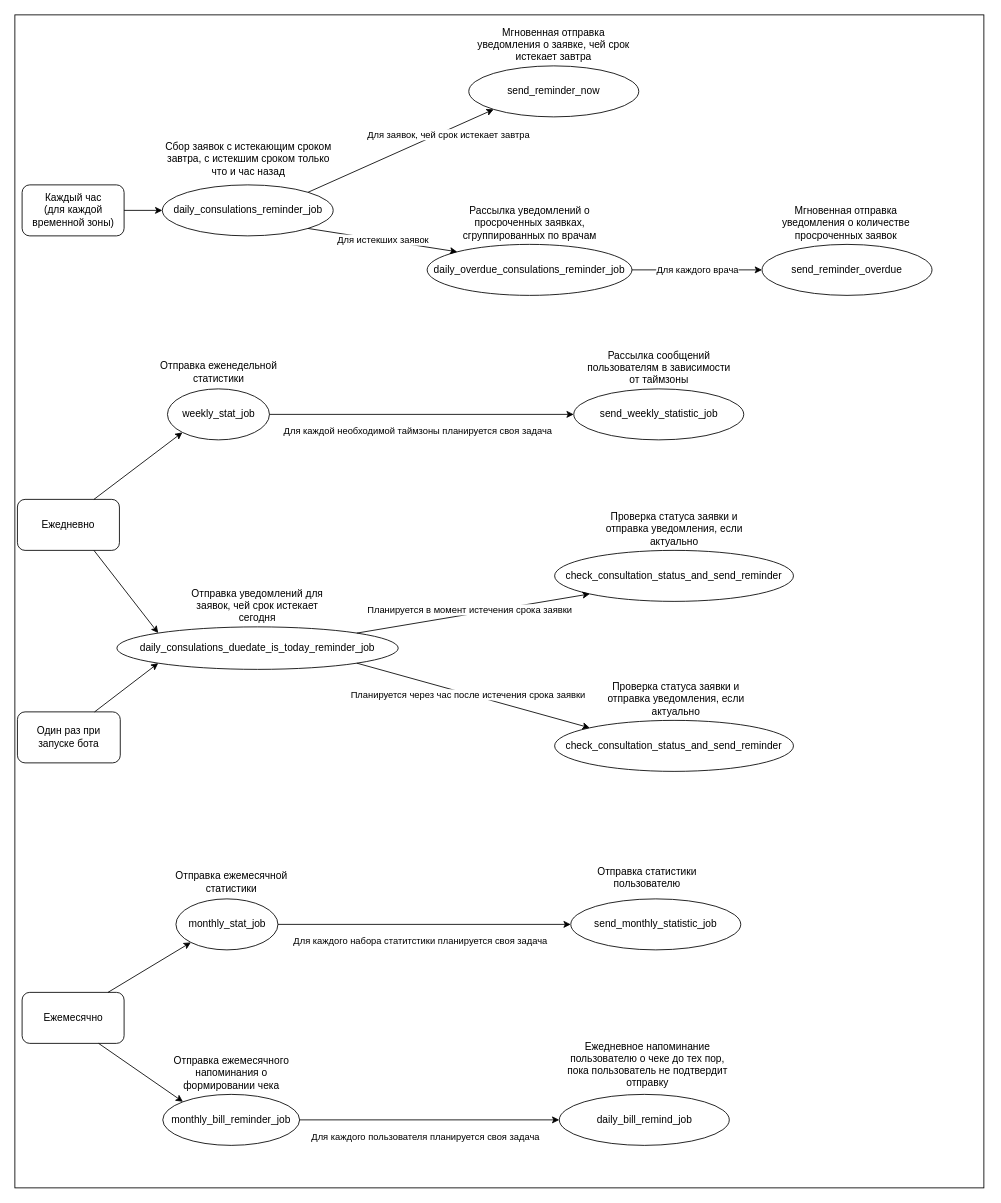
Above: docs/jobs_visualization.drawio in Studio-Yandex-Practicum/ask_nenaprasno_bot (draw.io), before the change. Source tidied: cells renumbered, new cells numbered last; positions are measured from the earlier drawing's top-left corner, leaving out a move shared by most shapes. Both pictures are drawn from the tidied source at 85%, with x=0, y=0 at pixel (14, 14).
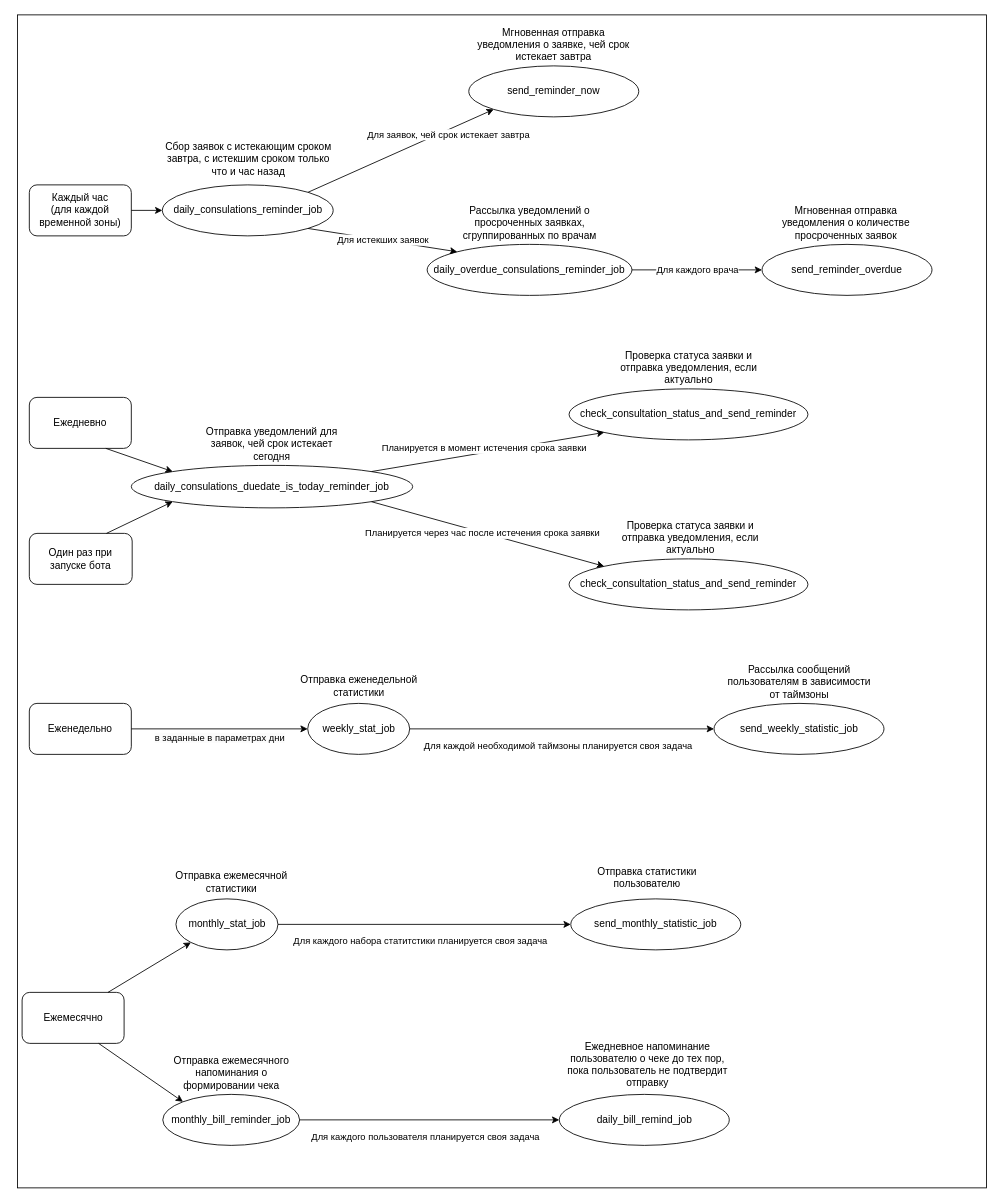
The same page after the edit.

What changed in the source:
```diff
@@
     <mxCell id="2" style="rounded=0;whiteSpace=wrap;html=1;" parent="1" vertex="1">
-      <mxGeometry width="1140" height="1380" as="geometry" />
+      <mxGeometry x="3" width="1140" height="1380" as="geometry" />
     </mxCell>
     <mxCell id="3" value="Ежедневно" style="rounded=1;whiteSpace=wrap;html=1;" parent="1" vertex="1">
-      <mxGeometry x="3" y="570" width="120" height="60" as="geometry" />
+      <mxGeometry x="17" y="450" width="120" height="60" as="geometry" />
     </mxCell>
     <mxCell id="4" value="weekly_stat_job" style="ellipse;whiteSpace=wrap;html=1;" parent="1" vertex="1">
-      <mxGeometry x="179.5" y="440" width="120" height="60" as="geometry" />
+      <mxGeometry x="344.5" y="810" width="120" height="60" as="geometry" />
     </mxCell>
     <mxCell id="5" value="send_weekly_statistic_job" style="ellipse;whiteSpace=wrap;html=1;" parent="1" vertex="1">
-      <mxGeometry x="657.5" y="440" width="200" height="60" as="geometry" />
+      <mxGeometry x="822.5" y="810" width="200" height="60" as="geometry" />
     </mxCell>
@@
-    <mxCell id="7" style="endArrow=classic;html=1;rounded=0;exitX=0.75;exitY=0;exitDx=0;exitDy=0;entryX=0;entryY=1;entryDx=0;entryDy=0;" parent="1" edge="1" source="3" target="4">
-      <mxGeometry relative="1" as="geometry" />
-    </mxCell>
     <mxCell id="8" value="Отправка еженедельной статистики" style="text;html=1;strokeColor=none;fillColor=none;align=center;verticalAlign=middle;whiteSpace=wrap;rounded=0;" parent="1" vertex="1">
-      <mxGeometry x="164.5" y="400" width="150" height="40" as="geometry" />
+      <mxGeometry x="329.5" y="770" width="150" height="40" as="geometry" />
     </mxCell>
     <mxCell id="9" value="Рассылка сообщений пользователям в зависимости от таймзоны" style="text;html=1;strokeColor=none;fillColor=none;align=center;verticalAlign=middle;whiteSpace=wrap;rounded=0;" parent="1" vertex="1">
-      <mxGeometry x="665.5" y="390" width="184" height="50" as="geometry" />
+      <mxGeometry x="830.5" y="760" width="184" height="50" as="geometry" />
     </mxCell>
     <mxCell id="10" value="daily_consulations_duedate_is_today_reminder_job" style="ellipse;whiteSpace=wrap;html=1;" parent="1" vertex="1">
-      <mxGeometry x="120" y="720" width="331" height="50" as="geometry" />
+      <mxGeometry x="137" y="530" width="331" height="50" as="geometry" />
     </mxCell>
     <mxCell id="11" value="check_consultation_status_and_send_reminder" style="ellipse;whiteSpace=wrap;html=1;" parent="1" vertex="1">
-      <mxGeometry x="635" y="830" width="281" height="60" as="geometry" />
+      <mxGeometry x="652" y="640" width="281" height="60" as="geometry" />
     </mxCell>
@@
     <mxCell id="13" value="Отправка уведомлений для заявок, чей срок истекает сегодня" style="text;html=1;strokeColor=none;fillColor=none;align=center;verticalAlign=middle;whiteSpace=wrap;rounded=0;" parent="1" vertex="1">
-      <mxGeometry x="205.2" y="670" width="160.5" height="50" as="geometry" />
+      <mxGeometry x="222.2" y="480" width="160.5" height="50" as="geometry" />
     </mxCell>
     <mxCell id="14" value="Проверка статуса заявки и отправка уведомления, если актуально" style="text;html=1;strokeColor=none;fillColor=none;align=center;verticalAlign=middle;whiteSpace=wrap;rounded=0;" parent="1" vertex="1">
-      <mxGeometry x="675.5" y="780" width="203.5" height="50" as="geometry" />
+      <mxGeometry x="692.5" y="590" width="203.5" height="50" as="geometry" />
     </mxCell>
@@
     <mxCell id="29" value="Каждый час&lt;br&gt;(для каждой временной зоны)" style="rounded=1;whiteSpace=wrap;html=1;" parent="1" vertex="1">
-      <mxGeometry x="8.5" y="200" width="120" height="60" as="geometry" />
+      <mxGeometry x="17" y="200" width="120" height="60" as="geometry" />
     </mxCell>
@@
     <mxCell id="35" value="Один раз при запуске бота" style="rounded=1;whiteSpace=wrap;html=1;" parent="1" vertex="1">
-      <mxGeometry x="3" y="820" width="121" height="60" as="geometry" />
+      <mxGeometry x="17" y="610" width="121" height="60" as="geometry" />
     </mxCell>
@@
     <mxCell id="37" value="check_consultation_status_and_send_reminder" style="ellipse;whiteSpace=wrap;html=1;" parent="1" vertex="1">
-      <mxGeometry x="635" y="630" width="281" height="60" as="geometry" />
+      <mxGeometry x="652" y="440" width="281" height="60" as="geometry" />
     </mxCell>
     <mxCell id="38" value="Проверка статуса заявки и отправка уведомления, если актуально" style="text;html=1;strokeColor=none;fillColor=none;align=center;verticalAlign=middle;whiteSpace=wrap;rounded=0;" parent="1" vertex="1">
-      <mxGeometry x="675.5" y="580" width="200" height="50" as="geometry" />
+      <mxGeometry x="692.5" y="390" width="200" height="50" as="geometry" />
     </mxCell>
@@
+    <mxCell id="48" value="Еженедельно" style="rounded=1;whiteSpace=wrap;html=1;" parent="1" vertex="1">
+      <mxGeometry x="17" y="810" width="120" height="60" as="geometry" />
+    </mxCell>
+    <mxCell id="49" style="endArrow=classic;html=1;rounded=0;exitX=1;exitY=0.5;exitDx=0;exitDy=0;entryX=0;entryY=0.5;entryDx=0;entryDy=0;" parent="1" edge="1" source="48" target="4">
+      <mxGeometry relative="1" as="geometry" />
+    </mxCell>
+    <mxCell id="50" value="&lt;span style=&quot;background-color: rgb(251, 251, 251);&quot;&gt;&lt;font style=&quot;font-size: 11px;&quot;&gt;в заданные в параметрах дни&lt;/font&gt;&lt;/span&gt;" style="edgeLabel;html=1;align=center;verticalAlign=middle;" parent="49" vertex="1">
+      <mxGeometry x="-0.2" y="1" relative="1" as="geometry">
+        <mxPoint x="20" y="11" as="offset" />
+      </mxGeometry>
+    </mxCell>
```
